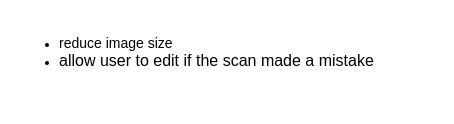
The draw.io diagram ocr.drawio in vs704vs/Architecture-Diagrams, before the edit. Source tidied: cells renumbered, new cells numbered last; positions are measured from the earlier drawing's top-left corner, leaving out a move shared by most shapes. Both pictures are drawn from the tidied source at 100%, with x=0, y=0 at pixel (17, 17).
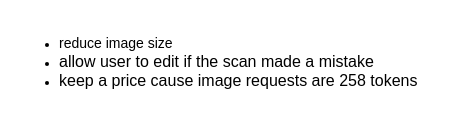
The same diagram, later.

What changed in the source:
```diff
@@
 <mxGraphModel>
   <root>
     <mxCell id="0" />
     <mxCell id="1" parent="0" />
-    <mxCell id="2" value="&lt;ul&gt;&lt;li&gt;&lt;font style=&quot;font-size: 14px;&quot;&gt;reduce image size&lt;/font&gt;&lt;/li&gt;&lt;li style=&quot;&quot;&gt;&lt;font size=&quot;3&quot;&gt;allow user to edit if the scan made a mistake&lt;/font&gt;&lt;/li&gt;&lt;/ul&gt;" style="text;html=1;align=left;verticalAlign=middle;strokeColor=none;fillColor=none;" parent="1" vertex="1">
-      <mxGeometry width="380" height="70" as="geometry" />
+    <mxCell id="2" value="&lt;ul&gt;&lt;li&gt;&lt;font style=&quot;font-size: 14px;&quot;&gt;reduce image size&lt;/font&gt;&lt;/li&gt;&lt;li style=&quot;&quot;&gt;&lt;font size=&quot;3&quot;&gt;allow user to edit if the scan made a mistake&lt;/font&gt;&lt;/li&gt;&lt;li style=&quot;&quot;&gt;&lt;font size=&quot;3&quot;&gt;keep a price cause image requests are 258 tokens&lt;/font&gt;&lt;/li&gt;&lt;/ul&gt;" style="text;html=1;align=left;verticalAlign=middle;strokeColor=none;fillColor=none;" parent="1" vertex="1">
+      <mxGeometry width="420" height="90" as="geometry" />
     </mxCell>
   </root>
 </mxGraphModel>
```
